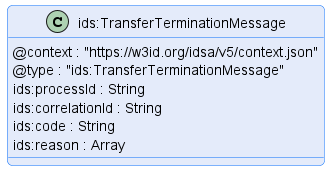
The PlantUML diagram transfer/message/diagram/transfer-termination-message.png in International-Data-Spaces-Association/ids-specification, before a commit.
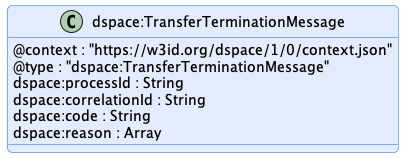
Above is the later version.

What changed in the source:
```diff
@@ -1,18 +1,18 @@
 @startuml "transfer-termination-message"
 !pragma layout smetana
 
-!include ../../diagrams/diagram.styles.puml
+!include ../../../common/style/diagram.styles.puml
 
 hide empty description
 
 
-class "ids:TransferTerminationMessage" {
-    @context : "https://w3id.org/idsa/v5/context.json"
-    @type : "ids:TransferTerminationMessage"
-    ids:processId : String
-    ids:correlationId : String
-    ids:code : String
-    ids:reason : Array
+class "dspace:TransferTerminationMessage" {
+    @context : "https://w3id.org/dspace/1/0/context.json"
+    @type : "dspace:TransferTerminationMessage"
+    dspace:processId : String
+    dspace:correlationId : String
+    dspace:code : String
+    dspace:reason : Array
 }
 
 @enduml
```
